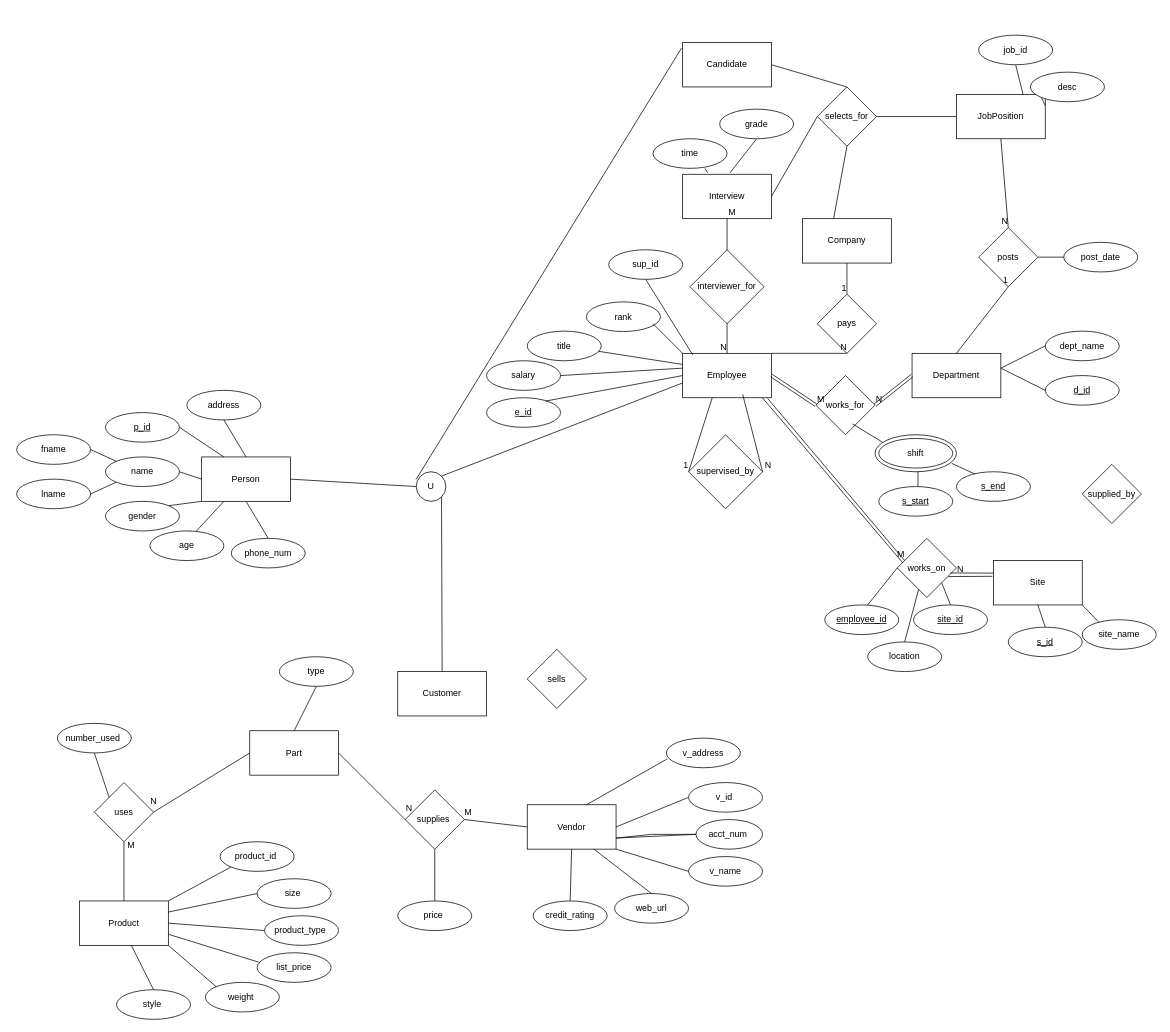
This is EER Diagram.drawio.xml from yams-yams/SQLProject, a draw.io file, before an edit. Source tidied: cells renumbered, new cells numbered last; positions are measured from the earlier drawing's top-left corner, leaving out a move shared by most shapes. Both pictures are drawn from the tidied source at 74%, with x=0, y=0 at pixel (16, 35).
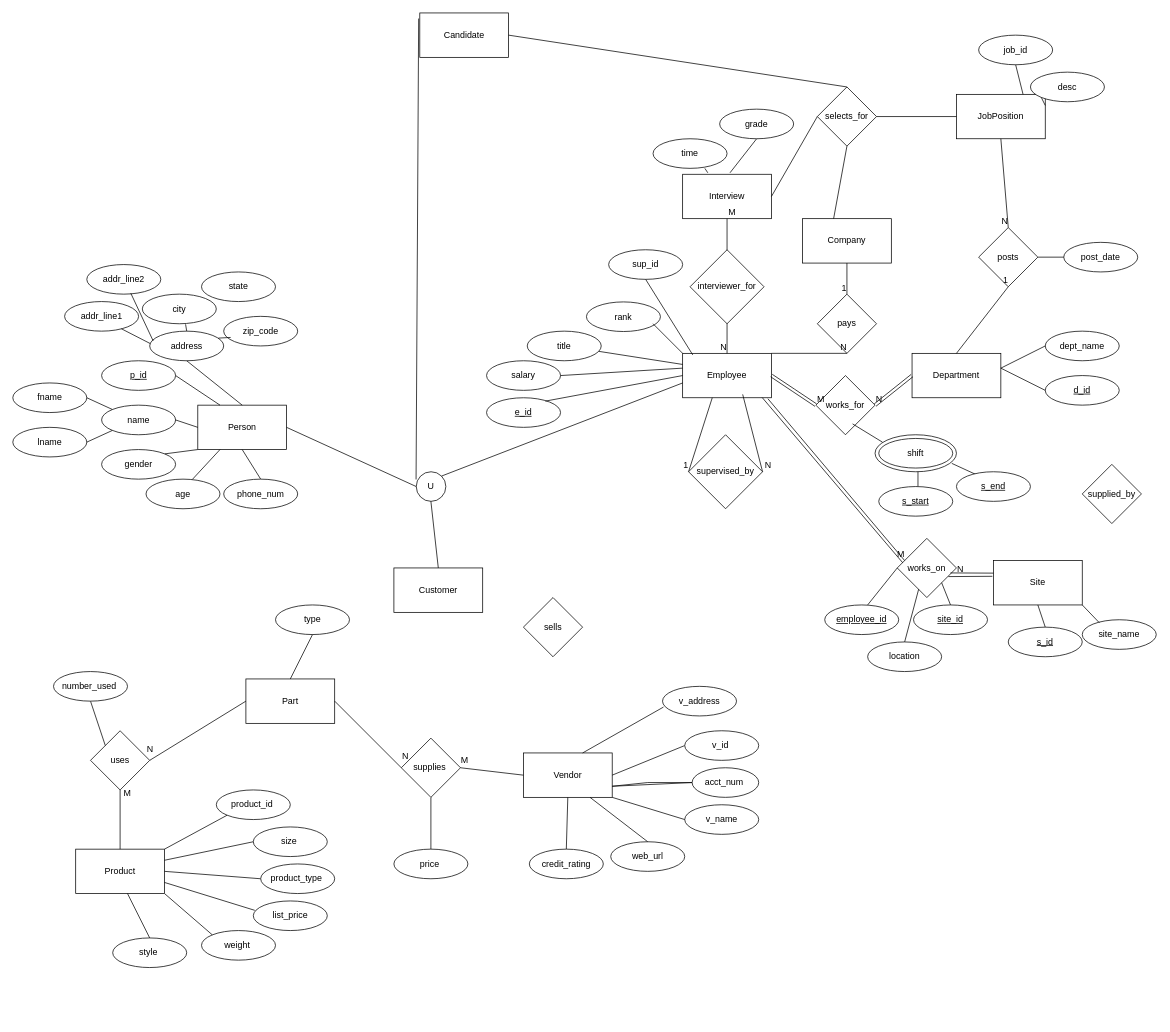
Above is the later version.

The change refers to these unchanged cells:
```xml
<mxCell id="27" value="U" style="ellipse;whiteSpace=wrap;html=1;align=center;" parent="1" vertex="1">
  <mxGeometry x="540" y="590" width="40" height="40" as="geometry" />
</mxCell>
```

The edit, as a diff of the source:
```diff
@@
     <mxCell id="6" value="Person" style="rounded=0;whiteSpace=wrap;html=1;" parent="1" vertex="1">
-      <mxGeometry x="250" y="570" width="120" height="60" as="geometry" />
+      <mxGeometry x="244.8" y="500" width="120" height="60" as="geometry" />
     </mxCell>
-    <mxCell id="7" value="Customer" style="rounded=0;whiteSpace=wrap;html=1;" parent="1" vertex="1">
-      <mxGeometry x="515" y="860" width="120" height="60" as="geometry" />
-    </mxCell>
     <mxCell id="8" value="Candidate" style="rounded=0;whiteSpace=wrap;html=1;" parent="1" vertex="1">
-      <mxGeometry x="900" y="10" width="120" height="60" as="geometry" />
+      <mxGeometry x="544.8" y="-30" width="120" height="60" as="geometry" />
     </mxCell>
@@
     <mxCell id="10" value="Product" style="rounded=0;whiteSpace=wrap;html=1;" parent="1" vertex="1">
-      <mxGeometry x="85" y="1170" width="120" height="60" as="geometry" />
+      <mxGeometry x="79.8" y="1100" width="120" height="60" as="geometry" />
     </mxCell>
     <mxCell id="11" value="Vendor" style="rounded=0;whiteSpace=wrap;html=1;" parent="1" vertex="1">
-      <mxGeometry x="690" y="1040" width="120" height="60" as="geometry" />
+      <mxGeometry x="684.8" y="970" width="120" height="60" as="geometry" />
     </mxCell>
     <mxCell id="12" value="Part" style="rounded=0;whiteSpace=wrap;html=1;" parent="1" vertex="1">
-      <mxGeometry x="315" y="940" width="120" height="60" as="geometry" />
+      <mxGeometry x="309.8" y="870" width="120" height="60" as="geometry" />
     </mxCell>
@@
     <mxCell id="18" value="sells" style="rhombus;whiteSpace=wrap;html=1;" parent="1" vertex="1">
-      <mxGeometry x="690" y="830" width="80" height="80" as="geometry" />
+      <mxGeometry x="684.8" y="760" width="80" height="80" as="geometry" />
     </mxCell>
@@
     <mxCell id="22" value="uses" style="rhombus;whiteSpace=wrap;html=1;" parent="1" vertex="1">
-      <mxGeometry x="105" y="1010" width="80" height="80" as="geometry" />
+      <mxGeometry x="99.8" y="940" width="80" height="80" as="geometry" />
     </mxCell>
@@
-    <mxCell id="31" style="endArrow=none;html=1;rounded=0;exitX=1;exitY=1;exitDx=0;exitDy=0;entryX=0.5;entryY=0;entryDx=0;entryDy=0;" parent="1" edge="1" source="27" target="7">
-      <mxGeometry relative="1" as="geometry" />
+    <mxCell id="31" style="endArrow=none;html=1;rounded=0;startArrow=none;" parent="1" edge="1" source="7">
+      <mxGeometry relative="1" as="geometry">
+        <mxPoint x="569.8" y="720" as="targetPoint" />
+      </mxGeometry>
     </mxCell>
     <mxCell id="32" value="p_id" style="ellipse;whiteSpace=wrap;html=1;align=center;fontStyle=4;" parent="1" vertex="1">
-      <mxGeometry x="120" y="510" width="100" height="40" as="geometry" />
+      <mxGeometry x="114.8" y="440" width="100" height="40" as="geometry" />
     </mxCell>
     <mxCell id="33" value="fname" style="ellipse;whiteSpace=wrap;html=1;align=center;" parent="1" vertex="1">
-      <mxGeometry y="540" width="100" height="40" as="geometry" />
+      <mxGeometry x="-5.2" y="470" width="100" height="40" as="geometry" />
     </mxCell>
     <mxCell id="34" value="name" style="ellipse;whiteSpace=wrap;html=1;align=center;" parent="1" vertex="1">
-      <mxGeometry x="120" y="570" width="100" height="40" as="geometry" />
+      <mxGeometry x="114.8" y="500" width="100" height="40" as="geometry" />
     </mxCell>
     <mxCell id="35" value="lname" style="ellipse;whiteSpace=wrap;html=1;align=center;" parent="1" vertex="1">
-      <mxGeometry y="600" width="100" height="40" as="geometry" />
+      <mxGeometry x="-5.2" y="530" width="100" height="40" as="geometry" />
     </mxCell>
     <mxCell id="36" value="gender" style="ellipse;whiteSpace=wrap;html=1;align=center;" parent="1" vertex="1">
-      <mxGeometry x="120" y="630" width="100" height="40" as="geometry" />
+      <mxGeometry x="114.8" y="560" width="100" height="40" as="geometry" />
     </mxCell>
     <mxCell id="37" value="age" style="ellipse;whiteSpace=wrap;html=1;align=center;" parent="1" vertex="1">
-      <mxGeometry x="180" y="670" width="100" height="40" as="geometry" />
+      <mxGeometry x="174.8" y="600" width="100" height="40" as="geometry" />
     </mxCell>
     <mxCell id="38" value="address" style="ellipse;whiteSpace=wrap;html=1;align=center;" parent="1" vertex="1">
-      <mxGeometry x="230" y="480" width="100" height="40" as="geometry" />
+      <mxGeometry x="179.8" y="400" width="100" height="40" as="geometry" />
     </mxCell>
@@
+    <mxCell id="43" style="endArrow=none;html=1;rounded=0;exitX=0.5;exitY=1;exitDx=0;exitDy=0;entryX=0.5;entryY=0;entryDx=0;entryDy=0;" parent="1" edge="1" source="6" target="42">
+      <mxGeometry relative="1" as="geometry" />
+    </mxCell>
     <mxCell id="42" value="phone_num" style="ellipse;whiteSpace=wrap;html=1;align=center;" parent="1" vertex="1">
-      <mxGeometry x="290" y="680" width="100" height="40" as="geometry" />
+      <mxGeometry x="279.8" y="600" width="100" height="40" as="geometry" />
     </mxCell>
-    <mxCell id="43" style="endArrow=none;html=1;rounded=0;exitX=0.5;exitY=1;exitDx=0;exitDy=0;entryX=0.5;entryY=0;entryDx=0;entryDy=0;" parent="1" edge="1" source="6" target="42">
-      <mxGeometry relative="1" as="geometry" />
-    </mxCell>
@@
     <mxCell id="76" value="v_id&amp;nbsp;" style="ellipse;whiteSpace=wrap;html=1;rotation=0;" parent="1" vertex="1">
-      <mxGeometry x="908" y="1010" width="100" height="40" as="geometry" />
+      <mxGeometry x="902.8" y="940" width="100" height="40" as="geometry" />
     </mxCell>
     <mxCell id="77" value="acct_num&amp;nbsp;" style="ellipse;whiteSpace=wrap;html=1;rotation=0;" parent="1" vertex="1">
-      <mxGeometry x="918" y="1060" width="90" height="40" as="geometry" />
+      <mxGeometry x="912.8" y="990" width="90" height="40" as="geometry" />
     </mxCell>
     <mxCell id="78" value="v_name" style="ellipse;whiteSpace=wrap;html=1;rotation=0;" parent="1" vertex="1">
-      <mxGeometry x="908" y="1110" width="100" height="40" as="geometry" />
+      <mxGeometry x="902.8" y="1040" width="100" height="40" as="geometry" />
     </mxCell>
@@
     <mxCell id="81" value="v_address" style="ellipse;whiteSpace=wrap;html=1;rotation=0;" parent="1" vertex="1">
-      <mxGeometry x="878" y="950" width="100" height="40" as="geometry" />
+      <mxGeometry x="872.8" y="880" width="100" height="40" as="geometry" />
     </mxCell>
@@
     <mxCell id="83" value="credit_rating" style="ellipse;whiteSpace=wrap;html=1;rotation=0;" parent="1" vertex="1">
-      <mxGeometry x="698" y="1170" width="100" height="40" as="geometry" />
+      <mxGeometry x="692.8" y="1100" width="100" height="40" as="geometry" />
     </mxCell>
     <mxCell id="84" value="web_url" style="ellipse;whiteSpace=wrap;html=1;rotation=0;" parent="1" vertex="1">
-      <mxGeometry x="808" y="1160" width="100" height="40" as="geometry" />
+      <mxGeometry x="802.8" y="1090" width="100" height="40" as="geometry" />
     </mxCell>
@@
     <mxCell id="86" value="supplies&amp;nbsp;" style="rhombus;whiteSpace=wrap;html=1;rotation=0;direction=south;" parent="1" vertex="1">
-      <mxGeometry x="525" y="1020" width="80" height="80" as="geometry" />
+      <mxGeometry x="519.8" y="950" width="80" height="80" as="geometry" />
     </mxCell>
@@
     <mxCell id="88" value="price&amp;nbsp;" style="ellipse;whiteSpace=wrap;html=1;rotation=0;" parent="1" vertex="1">
-      <mxGeometry x="515" y="1170" width="100" height="40" as="geometry" />
+      <mxGeometry x="509.8" y="1100" width="100" height="40" as="geometry" />
     </mxCell>
@@
     <mxCell id="91" value="N" style="text;html=1;align=center;verticalAlign=middle;strokeColor=none;fillColor=none;" parent="1" vertex="1">
-      <mxGeometry x="515" y="1030" width="30" height="30" as="geometry" />
+      <mxGeometry x="509.8" y="960" width="30" height="30" as="geometry" />
     </mxCell>
     <mxCell id="92" value="M" style="text;html=1;align=center;verticalAlign=middle;strokeColor=none;fillColor=none;" parent="1" vertex="1">
-      <mxGeometry x="595" y="1035" width="30" height="30" as="geometry" />
+      <mxGeometry x="589.8" y="965" width="30" height="30" as="geometry" />
     </mxCell>
     <mxCell id="93" value="type" style="ellipse;whiteSpace=wrap;html=1;rotation=0;" parent="1" vertex="1">
-      <mxGeometry x="355" y="840" width="100" height="40" as="geometry" />
+      <mxGeometry x="349.8" y="770" width="100" height="40" as="geometry" />
     </mxCell>
     <mxCell id="94" style="endArrow=none;html=1;rounded=0;exitX=0.5;exitY=0;exitDx=0;exitDy=0;" parent="1" edge="1" source="12">
       <mxGeometry relative="1" as="geometry">
-        <mxPoint x="405" y="880" as="targetPoint" />
+        <mxPoint x="399.8" y="810" as="targetPoint" />
       </mxGeometry>
     </mxCell>
@@
     <mxCell id="97" style="endArrow=none;html=1;rounded=0;exitX=0;exitY=0;exitDx=0;exitDy=0;" parent="1" edge="1" source="22">
       <mxGeometry relative="1" as="geometry">
-        <mxPoint x="105" y="970" as="targetPoint" />
+        <mxPoint x="99.8" y="900" as="targetPoint" />
       </mxGeometry>
     </mxCell>
     <mxCell id="98" value="number_used&amp;nbsp;" style="ellipse;whiteSpace=wrap;html=1;rotation=0;" parent="1" vertex="1">
-      <mxGeometry x="55" y="930" width="100" height="40" as="geometry" />
+      <mxGeometry x="49.8" y="860" width="100" height="40" as="geometry" />
     </mxCell>
     <mxCell id="99" value="N" style="text;html=1;align=center;verticalAlign=middle;strokeColor=none;fillColor=none;" parent="1" vertex="1">
-      <mxGeometry x="170" y="1020" width="30" height="30" as="geometry" />
+      <mxGeometry x="164.8" y="950" width="30" height="30" as="geometry" />
     </mxCell>
     <mxCell id="100" value="M" style="text;html=1;strokeColor=none;fillColor=none;align=center;verticalAlign=middle;whiteSpace=wrap;rounded=0;" parent="1" vertex="1">
-      <mxGeometry x="125" y="1080" width="60" height="30" as="geometry" />
+      <mxGeometry x="119.8" y="1010" width="60" height="30" as="geometry" />
     </mxCell>
     <mxCell id="101" value="product_id&amp;nbsp;" style="ellipse;whiteSpace=wrap;html=1;rotation=0;" parent="1" vertex="1">
-      <mxGeometry x="275" y="1090" width="100" height="40" as="geometry" />
+      <mxGeometry x="269.8" y="1020" width="100" height="40" as="geometry" />
     </mxCell>
@@
     <mxCell id="103" value="size&amp;nbsp;" style="ellipse;whiteSpace=wrap;html=1;rotation=0;" parent="1" vertex="1">
-      <mxGeometry x="325" y="1140" width="100" height="40" as="geometry" />
+      <mxGeometry x="319.8" y="1070" width="100" height="40" as="geometry" />
     </mxCell>
@@
     <mxCell id="105" value="product_type&amp;nbsp;" style="ellipse;whiteSpace=wrap;html=1;rotation=0;" parent="1" vertex="1">
-      <mxGeometry x="335" y="1190" width="100" height="40" as="geometry" />
+      <mxGeometry x="329.8" y="1120" width="100" height="40" as="geometry" />
     </mxCell>
@@
     <mxCell id="108" value="list_price" style="ellipse;whiteSpace=wrap;html=1;rotation=0;" parent="1" vertex="1">
-      <mxGeometry x="325" y="1240" width="100" height="40" as="geometry" />
+      <mxGeometry x="319.8" y="1170" width="100" height="40" as="geometry" />
     </mxCell>
     <mxCell id="109" value="weight&amp;nbsp;" style="ellipse;whiteSpace=wrap;html=1;rotation=0;" parent="1" vertex="1">
-      <mxGeometry x="255" y="1280" width="100" height="40" as="geometry" />
+      <mxGeometry x="249.8" y="1210" width="100" height="40" as="geometry" />
     </mxCell>
@@
     <mxCell id="111" value="style&amp;nbsp;" style="ellipse;whiteSpace=wrap;html=1;rotation=0;" parent="1" vertex="1">
-      <mxGeometry x="135" y="1290" width="100" height="40" as="geometry" />
+      <mxGeometry x="129.8" y="1220" width="100" height="40" as="geometry" />
     </mxCell>
     <mxCell id="112" style="endArrow=none;html=1;rounded=0;exitX=0.5;exitY=0;exitDx=0;exitDy=0;" parent="1" edge="1" source="111">
       <mxGeometry relative="1" as="geometry">
-        <mxPoint x="155" y="1230" as="targetPoint" />
+        <mxPoint x="149.8" y="1160" as="targetPoint" />
       </mxGeometry>
     </mxCell>
@@
     <mxCell id="116" style="endArrow=none;html=1;rounded=0;exitX=1;exitY=0.75;exitDx=0;exitDy=0;entryX=0;entryY=0.5;entryDx=0;entryDy=0;" parent="1" edge="1" source="11" target="77">
       <mxGeometry relative="1" as="geometry">
         <Array as="points">
-          <mxPoint x="858" y="1080" />
+          <mxPoint x="852.8" y="1010" />
         </Array>
       </mxGeometry>
     </mxCell>
@@
+    <mxCell id="155" value="addr_line1" style="ellipse;whiteSpace=wrap;html=1;align=center;" parent="1" vertex="1">
+      <mxGeometry x="64.8" y="360" width="100" height="40" as="geometry" />
+    </mxCell>
+    <mxCell id="156" value="addr_line2" style="ellipse;whiteSpace=wrap;html=1;align=center;" parent="1" vertex="1">
+      <mxGeometry x="94.8" y="310" width="100" height="40" as="geometry" />
+    </mxCell>
+    <mxCell id="157" value="city" style="ellipse;whiteSpace=wrap;html=1;align=center;" parent="1" vertex="1">
+      <mxGeometry x="169.8" y="350" width="100" height="40" as="geometry" />
+    </mxCell>
+    <mxCell id="158" value="state" style="ellipse;whiteSpace=wrap;html=1;align=center;" parent="1" vertex="1">
+      <mxGeometry x="249.8" y="320" width="100" height="40" as="geometry" />
+    </mxCell>
+    <mxCell id="159" value="zip_code" style="ellipse;whiteSpace=wrap;html=1;align=center;" parent="1" vertex="1">
+      <mxGeometry x="279.8" y="380" width="100" height="40" as="geometry" />
+    </mxCell>
+    <mxCell id="160" style="endArrow=none;html=1;rounded=0;entryX=0.094;entryY=0.713;entryDx=0;entryDy=0;entryPerimeter=0;exitX=0.927;exitY=0.235;exitDx=0;exitDy=0;exitPerimeter=0;" parent="1" edge="1" source="38" target="159">
+      <mxGeometry relative="1" as="geometry" />
+    </mxCell>
+    <mxCell id="161" style="endArrow=none;html=1;rounded=0;entryX=0.768;entryY=0.92;entryDx=0;entryDy=0;entryPerimeter=0;exitX=0.008;exitY=0.42;exitDx=0;exitDy=0;exitPerimeter=0;" parent="1" edge="1" source="38" target="155">
+      <mxGeometry relative="1" as="geometry" />
+    </mxCell>
+    <mxCell id="162" style="endArrow=none;html=1;rounded=0;entryX=0.585;entryY=1.018;entryDx=0;entryDy=0;entryPerimeter=0;exitX=0.5;exitY=0;exitDx=0;exitDy=0;" parent="1" edge="1" source="38" target="157">
+      <mxGeometry relative="1" as="geometry" />
+    </mxCell>
+    <mxCell id="163" style="endArrow=none;html=1;rounded=0;entryX=0.594;entryY=0.966;entryDx=0;entryDy=0;entryPerimeter=0;exitX=0.047;exitY=0.331;exitDx=0;exitDy=0;exitPerimeter=0;" parent="1" edge="1" source="38" target="156">
+      <mxGeometry relative="1" as="geometry" />
+    </mxCell>
+    <mxCell id="7" value="Customer" style="rounded=0;whiteSpace=wrap;html=1;" parent="1" vertex="1">
+      <mxGeometry x="509.8" y="720" width="120" height="60" as="geometry" />
+    </mxCell>
+    <mxCell id="164" style="endArrow=none;html=1;rounded=0;entryX=0.5;entryY=0;entryDx=0;entryDy=0;" parent="1" edge="1" target="7">
+      <mxGeometry relative="1" as="geometry">
+        <mxPoint x="559.8" y="630" as="sourcePoint" />
+      </mxGeometry>
+    </mxCell>
```
